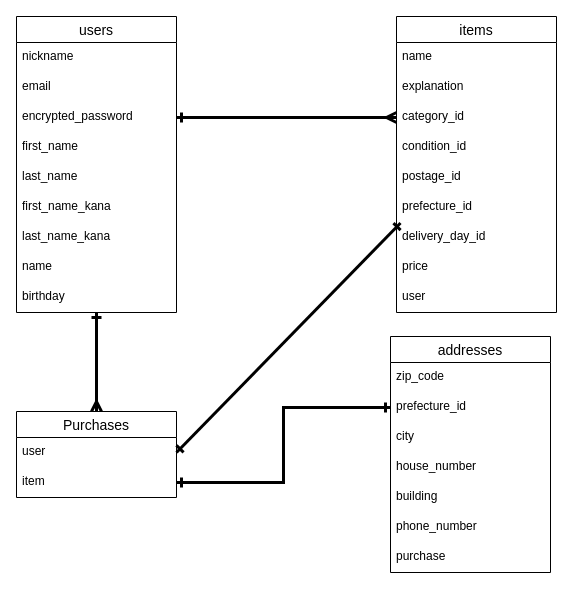
Earlier version of the draw.io diagram test.dio (TakeoYabuki/furima-39367). Source tidied: cells renumbered, new cells numbered last; positions are measured from the earlier drawing's top-left corner, leaving out a move shared by most shapes. Both pictures are drawn from the tidied source at 100%, with x=0, y=0 at pixel (16, 16).
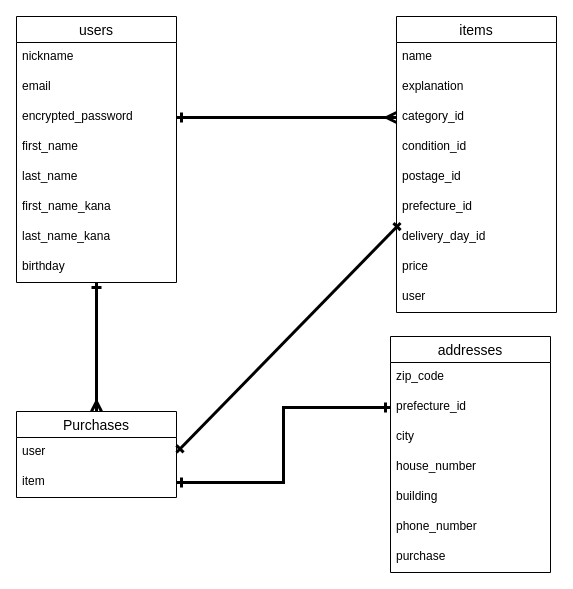
The same diagram, later.

Commit message (it also covers changes not shown here):
データベース設計4

What changed in the source:
```diff
@@
     <mxCell id="3" value="users" style="swimlane;fontStyle=0;horizontal=1;startSize=26;align=center;fontSize=14;" parent="1" vertex="1">
-      <mxGeometry width="160" height="296" as="geometry" />
+      <mxGeometry width="160" height="266" as="geometry" />
     </mxCell>
@@
-    <mxCell id="11" value="name&#10;" style="text;strokeColor=none;fillColor=none;spacingLeft=4;spacingRight=4;overflow=hidden;fontSize=12;" parent="3" vertex="1">
-      <mxGeometry y="236" width="160" height="30" as="geometry" />
-    </mxCell>
     <mxCell id="12" value="birthday" style="text;strokeColor=none;fillColor=none;spacingLeft=4;spacingRight=4;overflow=hidden;fontSize=12;" parent="3" vertex="1">
-      <mxGeometry y="266" width="160" height="30" as="geometry" />
+      <mxGeometry y="236" width="160" height="30" as="geometry" />
     </mxCell>
```
